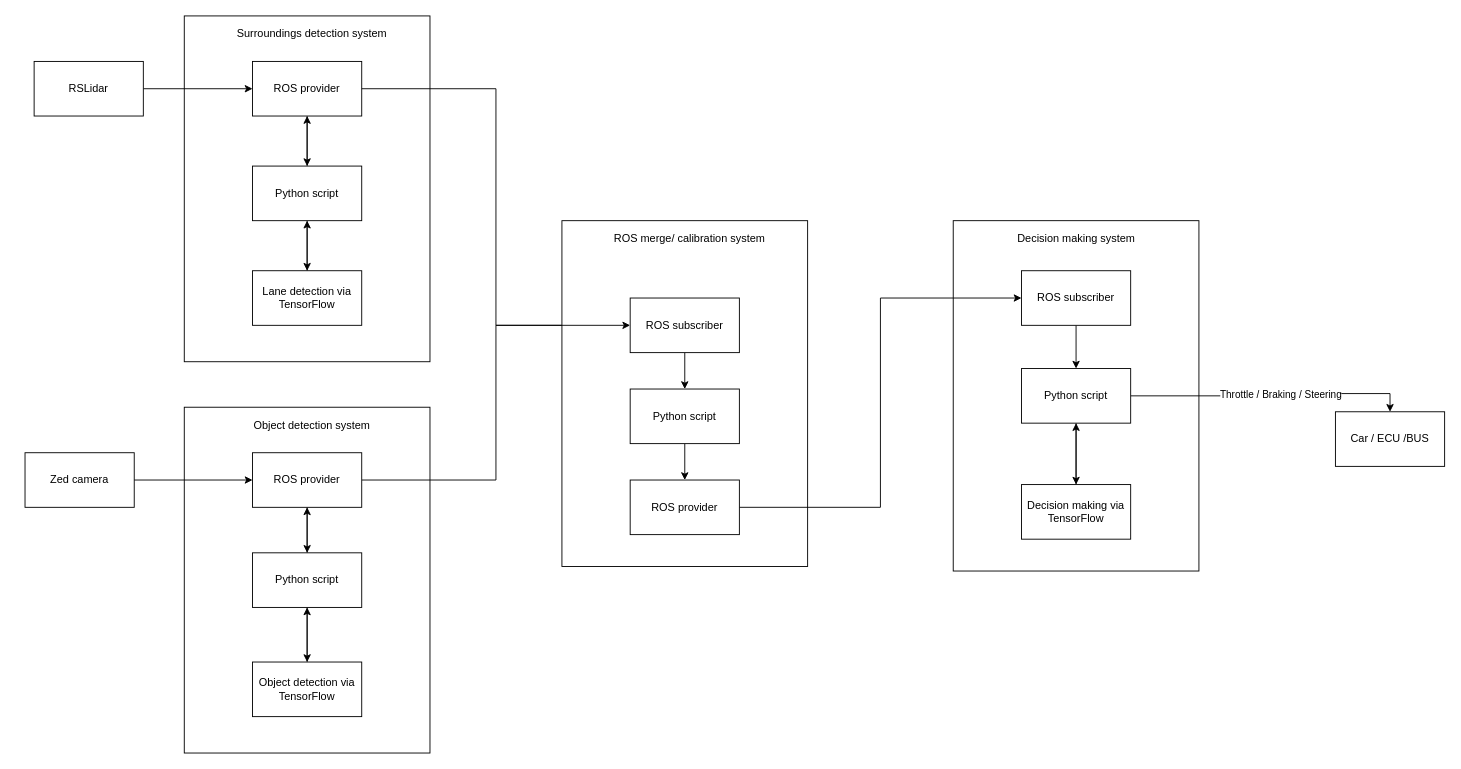
The draw.io diagram Phidippides ai.drawio in JorisvdSluis/PhidippidesAi, before the edit. Source tidied: cells renumbered, new cells numbered last; positions are measured from the earlier drawing's top-left corner, leaving out a move shared by most shapes. Both pictures are drawn from the tidied source at 91%, with x=0, y=0 at pixel (25, 15).
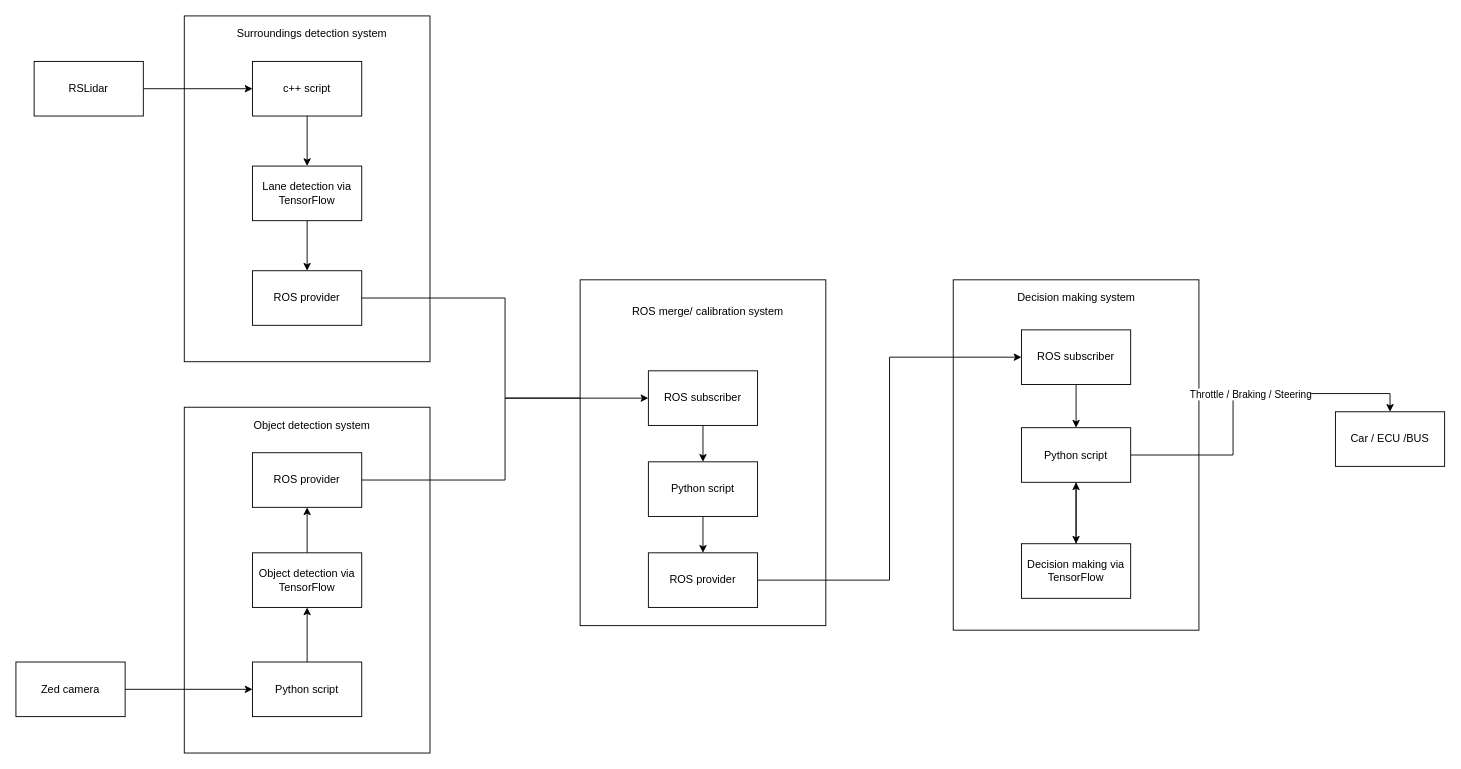
The same page after the edit.

Unchanged cells that the change refers to:
```xml
<mxCell id="26" value="ROS provider" style="whiteSpace=wrap;html=1;" parent="1" vertex="1">
  <mxGeometry x="250" y="480" width="120" height="60" as="geometry" />
</mxCell>
```

Diff of the diagram source:
```diff
@@
     <mxCell id="2" style="whiteSpace=wrap;html=1;" parent="1" vertex="1">
-      <mxGeometry x="1020" y="225" width="270" height="385" as="geometry" />
+      <mxGeometry x="1020" y="290" width="270" height="385" as="geometry" />
     </mxCell>
@@
-    <mxCell id="7" value="ROS provider" style="whiteSpace=wrap;html=1;" parent="1" vertex="1">
+    <mxCell id="7" value="c++ script" style="whiteSpace=wrap;html=1;" parent="1" vertex="1">
       <mxGeometry x="250" y="50" width="120" height="60" as="geometry" />
     </mxCell>
@@
-    <mxCell id="9" style="edgeStyle=orthogonalEdgeStyle;rounded=0;jettySize=auto;html=1;entryX=0.5;entryY=1;entryDx=0;entryDy=0;" parent="1" edge="1" source="10" target="7">
-      <mxGeometry relative="1" as="geometry" />
-    </mxCell>
-    <mxCell id="10" value="Python script" style="whiteSpace=wrap;html=1;" parent="1" vertex="1">
+    <mxCell id="10" value="Lane detection via TensorFlow" style="whiteSpace=wrap;html=1;" parent="1" vertex="1">
       <mxGeometry x="250" y="165" width="120" height="60" as="geometry" />
     </mxCell>
-    <mxCell id="11" style="edgeStyle=orthogonalEdgeStyle;rounded=0;jettySize=auto;html=1;" parent="1" edge="1" source="12" target="10">
-      <mxGeometry relative="1" as="geometry" />
-    </mxCell>
-    <mxCell id="12" value="Lane detection via TensorFlow" style="whiteSpace=wrap;html=1;" parent="1" vertex="1">
+    <mxCell id="12" value="ROS provider" style="whiteSpace=wrap;html=1;" parent="1" vertex="1">
       <mxGeometry x="250" y="280" width="120" height="60" as="geometry" />
     </mxCell>
     <mxCell id="13" value="Zed camera" style="whiteSpace=wrap;html=1;" parent="1" vertex="1">
-      <mxGeometry y="480" width="120" height="60" as="geometry" />
+      <mxGeometry x="-10" y="710" width="120" height="60" as="geometry" />
     </mxCell>
@@
     <mxCell id="18" value="Python script" style="whiteSpace=wrap;html=1;" parent="1" vertex="1">
-      <mxGeometry x="1095" y="387.5" width="120" height="60" as="geometry" />
+      <mxGeometry x="1095" y="452.5" width="120" height="60" as="geometry" />
     </mxCell>
@@
     <mxCell id="20" value="Decision making via TensorFlow" style="whiteSpace=wrap;html=1;" parent="1" vertex="1">
-      <mxGeometry x="1095" y="515" width="120" height="60" as="geometry" />
+      <mxGeometry x="1095" y="580" width="120" height="60" as="geometry" />
     </mxCell>
@@
     <mxCell id="22" value="Decision making system" style="text;html=1;align=center;verticalAlign=middle;" parent="1" vertex="1">
-      <mxGeometry x="1080" y="235" width="150" height="20" as="geometry" />
+      <mxGeometry x="1080" y="300" width="150" height="20" as="geometry" />
     </mxCell>
@@
-    <mxCell id="24" style="edgeStyle=orthogonalEdgeStyle;rounded=0;jettySize=auto;html=1;entryX=0.5;entryY=0;entryDx=0;entryDy=0;" parent="1" edge="1" source="26" target="29">
-      <mxGeometry relative="1" as="geometry" />
-    </mxCell>
@@
-    <mxCell id="27" style="edgeStyle=orthogonalEdgeStyle;rounded=0;jettySize=auto;html=1;entryX=0.5;entryY=0;entryDx=0;entryDy=0;" parent="1" edge="1" source="29" target="32">
-      <mxGeometry relative="1" as="geometry" />
-    </mxCell>
@@
-    <mxCell id="29" value="Python script" style="whiteSpace=wrap;html=1;" parent="1" vertex="1">
+    <mxCell id="29" value="Object detection via TensorFlow" style="whiteSpace=wrap;html=1;" parent="1" vertex="1">
       <mxGeometry x="250" y="590" width="120" height="60" as="geometry" />
     </mxCell>
@@
-    <mxCell id="31" style="edgeStyle=orthogonalEdgeStyle;rounded=0;jettySize=auto;html=1;entryX=0.5;entryY=1;entryDx=0;entryDy=0;" parent="1" edge="1" source="32" target="29">
+    <mxCell id="31" style="edgeStyle=orthogonalEdgeStyle;rounded=0;jettySize=auto;html=1;" parent="1" edge="1" source="32" target="29">
       <mxGeometry relative="1" as="geometry" />
     </mxCell>
-    <mxCell id="32" value="Object detection via TensorFlow" style="whiteSpace=wrap;html=1;" parent="1" vertex="1">
+    <mxCell id="32" value="Python script" style="whiteSpace=wrap;html=1;" parent="1" vertex="1">
       <mxGeometry x="250" y="710" width="120" height="60" as="geometry" />
     </mxCell>
     <mxCell id="33" style="whiteSpace=wrap;html=1;" parent="1" vertex="1">
-      <mxGeometry x="590" y="225" width="270" height="380" as="geometry" />
+      <mxGeometry x="610" y="290" width="270" height="380" as="geometry" />
     </mxCell>
@@
     <mxCell id="35" value="ROS subscriber" style="whiteSpace=wrap;html=1;" parent="1" vertex="1">
-      <mxGeometry x="665" y="310" width="120" height="60" as="geometry" />
+      <mxGeometry x="685" y="390" width="120" height="60" as="geometry" />
     </mxCell>
     <mxCell id="36" value="ROS merge/ calibration system" style="text;html=1;align=center;verticalAlign=middle;" parent="1" vertex="1">
-      <mxGeometry x="640" y="235" width="180" height="20" as="geometry" />
+      <mxGeometry x="660" y="315" width="180" height="20" as="geometry" />
     </mxCell>
-    <mxCell id="37" style="edgeStyle=orthogonalEdgeStyle;rounded=0;jettySize=auto;html=1;entryX=0;entryY=0.5;entryDx=0;entryDy=0;" parent="1" edge="1" source="13" target="26">
-      <mxGeometry relative="1" as="geometry" />
-    </mxCell>
-    <mxCell id="38" style="edgeStyle=orthogonalEdgeStyle;rounded=0;jettySize=auto;html=1;entryX=0;entryY=0.5;entryDx=0;entryDy=0;" parent="1" edge="1" source="7" target="35">
+    <mxCell id="38" style="edgeStyle=orthogonalEdgeStyle;rounded=0;jettySize=auto;html=1;entryX=0;entryY=0.5;entryDx=0;entryDy=0;exitX=1;exitY=0.5;exitDx=0;exitDy=0;" parent="1" edge="1" source="12" target="35">
       <mxGeometry relative="1" as="geometry" />
     </mxCell>
@@
     <mxCell id="40" value="Python script" style="whiteSpace=wrap;html=1;" parent="1" vertex="1">
-      <mxGeometry x="665" y="410" width="120" height="60" as="geometry" />
+      <mxGeometry x="685" y="490" width="120" height="60" as="geometry" />
     </mxCell>
@@
     <mxCell id="42" value="ROS provider" style="whiteSpace=wrap;html=1;" parent="1" vertex="1">
-      <mxGeometry x="665" y="510" width="120" height="60" as="geometry" />
+      <mxGeometry x="685" y="590" width="120" height="60" as="geometry" />
     </mxCell>
@@
     <mxCell id="44" value="ROS subscriber" style="whiteSpace=wrap;html=1;" parent="1" vertex="1">
-      <mxGeometry x="1095" y="280" width="120" height="60" as="geometry" />
+      <mxGeometry x="1095" y="345" width="120" height="60" as="geometry" />
     </mxCell>
+    <mxCell id="45" style="edgeStyle=orthogonalEdgeStyle;rounded=0;jettySize=auto;html=1;entryX=0;entryY=0.5;entryDx=0;entryDy=0;" parent="1" edge="1" source="13" target="32">
+      <mxGeometry relative="1" as="geometry" />
+    </mxCell>
```
